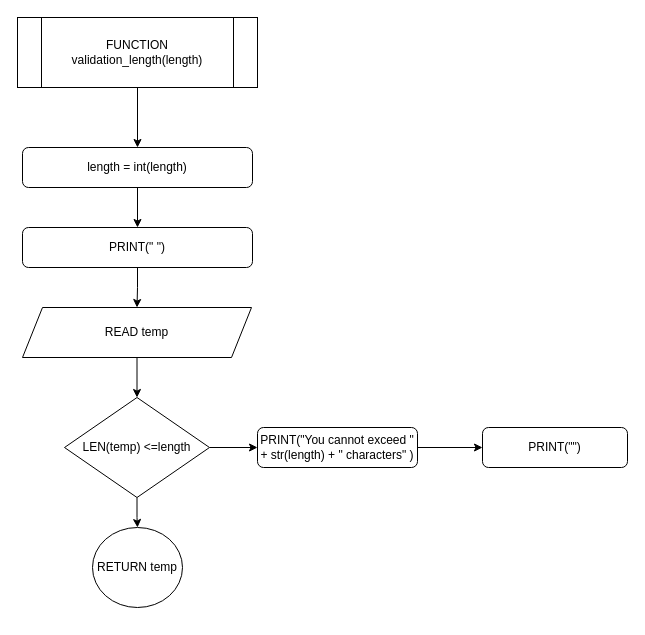
RabbitBear00/Car-Rental-System keeps this draw.io diagram as Flowchart/default/validation_length.drawio. Above is the earlier version. Source tidied: cells renumbered, new cells numbered last; positions are measured from the earlier drawing's top-left corner, leaving out a move shared by most shapes. Both pictures are drawn from the tidied source at 100%, with x=0, y=0 at pixel (17, 17).
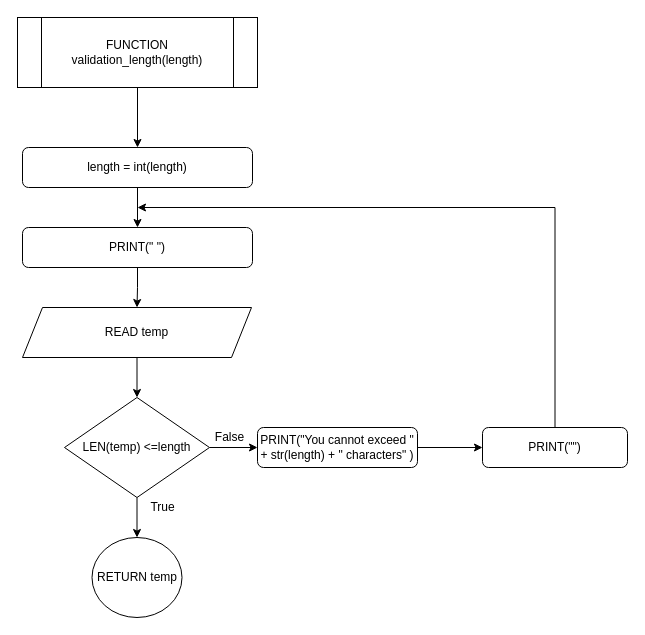
The same page after the edit.

The change refers to these unchanged cells:
```xml
<mxCell id="16" value="PRINT(&quot;&quot;)" style="rounded=1;whiteSpace=wrap;html=1;" parent="1" vertex="1">
  <mxGeometry x="465" y="410" width="145" height="40" as="geometry" />
</mxCell>
```

Change to the diagram source:
```diff
@@
     <mxCell id="13" value="RETURN temp" style="ellipse;whiteSpace=wrap;html=1;" parent="1" vertex="1">
-      <mxGeometry x="75" y="510" width="90" height="80" as="geometry" />
+      <mxGeometry x="74.5" y="520" width="90" height="80" as="geometry" />
     </mxCell>
@@
+    <mxCell id="17" style="edgeStyle=orthogonalEdgeStyle;rounded=0;jettySize=auto;html=1;" parent="1" edge="1" source="16">
+      <mxGeometry relative="1" as="geometry">
+        <mxPoint x="120" y="190" as="targetPoint" />
+        <Array as="points">
+          <mxPoint x="538" y="190" />
+        </Array>
+      </mxGeometry>
+    </mxCell>
@@
+    <mxCell id="18" value="True" style="text;html=1;align=center;verticalAlign=middle;strokeColor=none;" parent="1" vertex="1">
+      <mxGeometry x="125" y="480" width="40" height="20" as="geometry" />
+    </mxCell>
+    <mxCell id="19" value="False" style="text;html=1;align=center;verticalAlign=middle;strokeColor=none;" parent="1" vertex="1">
+      <mxGeometry x="192" y="410" width="40" height="20" as="geometry" />
+    </mxCell>
```
